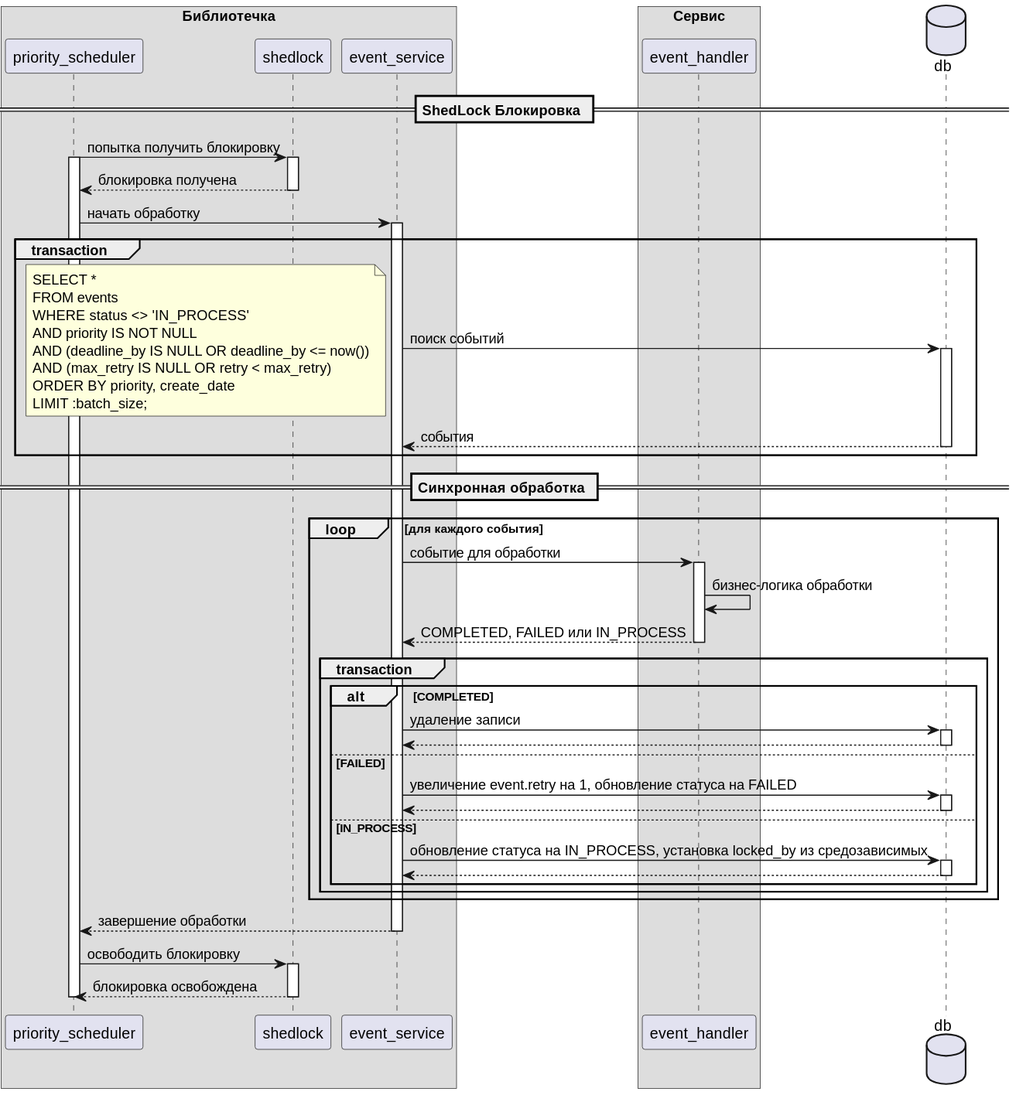
laym0n/eventhandling keeps this PlantUML diagram as out/process_by_priority/one_instance_processing_eager_cleanup.svg. Above is the earlier version. The source it was exported from:
```plantuml
@startuml
box "Библиотечка"
    participant priority_scheduler
    participant shedlock
    participant event_service
end box
box "Сервис"
    participant event_handler
end box
database db

== ShedLock Блокировка ==

priority_scheduler -> shedlock : попытка получить блокировку
activate priority_scheduler
activate shedlock

shedlock --> priority_scheduler : блокировка получена
deactivate shedlock

priority_scheduler -> event_service : начать обработку
activate event_service

group transaction
    event_service -> db : поиск событий
    note left
        SELECT *
        FROM events
        WHERE status <> 'IN_PROCESS'
        AND priority IS NOT NULL
        AND (deadline_by IS NULL OR deadline_by <= now())
        AND (max_retry IS NULL OR retry < max_retry)
        ORDER BY priority, create_date
        LIMIT :batch_size;
    end note

    activate db
    db --> event_service : события
    deactivate db
end

== Синхронная обработка ==
loop для каждого события
    event_service -> event_handler : событие для обработки
    activate event_handler

    event_handler -> event_handler : бизнес-логика обработки

    event_handler --> event_service : COMPLETED, FAILED или IN_PROCESS
    deactivate event_handler

    group transaction
        alt COMPLETED
            event_service -> db : удаление записи
            activate db
            db --> event_service
            deactivate db
        else FAILED
            event_service -> db : увеличение event.retry на 1, обновление статуса на FAILED
            activate db
            db --> event_service
            deactivate db
        else IN_PROCESS
            event_service -> db : обновление статуса на IN_PROCESS, установка locked_by из средозависимых
            activate db
            db --> event_service
            deactivate db
        end
    end
end

event_service --> priority_scheduler : завершение обработки
deactivate event_service

priority_scheduler -> shedlock : освободить блокировку
activate shedlock
shedlock --> priority_scheduler : блокировка освобождена
deactivate shedlock

deactivate priority_scheduler
@enduml
```
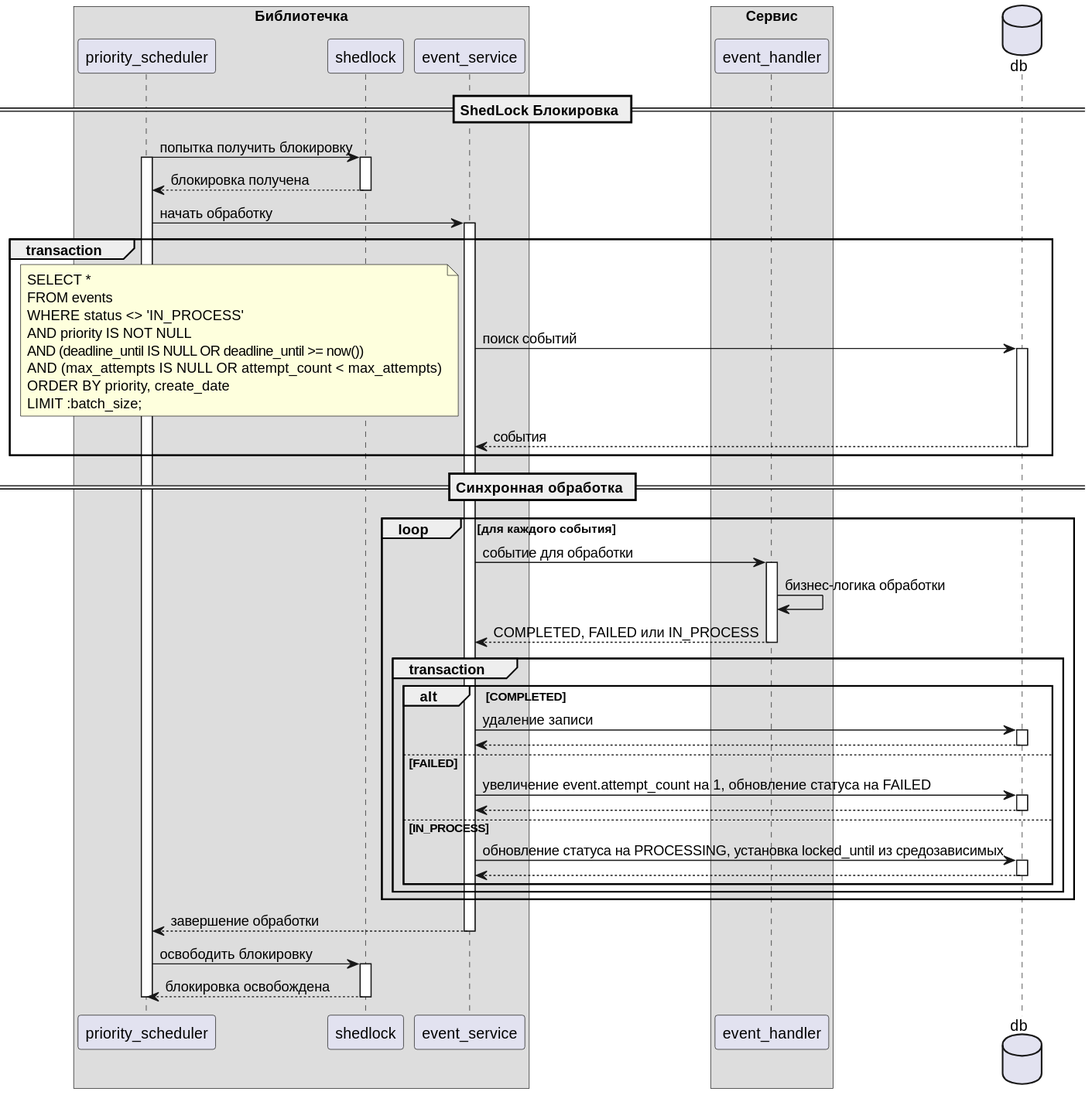
Above is the later version.

What changed in the source:
```diff
@@ -28,8 +28,8 @@
         FROM events
         WHERE status <> 'IN_PROCESS'
         AND priority IS NOT NULL
-        AND (deadline_by IS NULL OR deadline_by <= now())
-        AND (max_retry IS NULL OR retry < max_retry)
+        AND (deadline_by IS NULL OR deadline_by >= now())
+        AND (max_attempts IS NULL OR attempt_count < max_attempts)
         ORDER BY priority, create_date
         LIMIT :batch_size;
     end note
@@ -56,12 +56,12 @@
             db --> event_service
             deactivate db
         else FAILED
-            event_service -> db : увеличение event.retry на 1, обновление статуса на FAILED
+            event_service -> db : увеличение event.attempt_count на 1, обновление статуса на FAILED
             activate db
             db --> event_service
             deactivate db
         else IN_PROCESS
-            event_service -> db : обновление статуса на IN_PROCESS, установка locked_by из средозависимых
+            event_service -> db : обновление статуса на PROCESSING, установка locked_by из средозависимых
             activate db
             db --> event_service
             deactivate db
```
